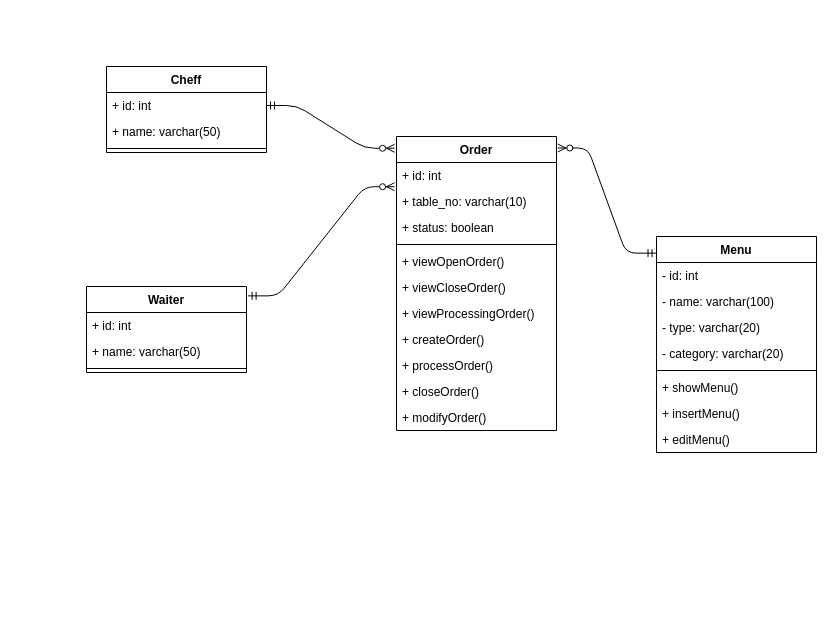
Before: page "Class Diagram" (3 of 3) of Warung Kenyang (WK).drawio in ekopebri/ekopebri.github.io, a draw.io diagram. Source tidied: cells renumbered, new cells numbered last; positions are measured from the earlier drawing's top-left corner, leaving out a move shared by most shapes. Both pictures are drawn from the tidied source at 100%, with x=0, y=0 at pixel (86, 66).
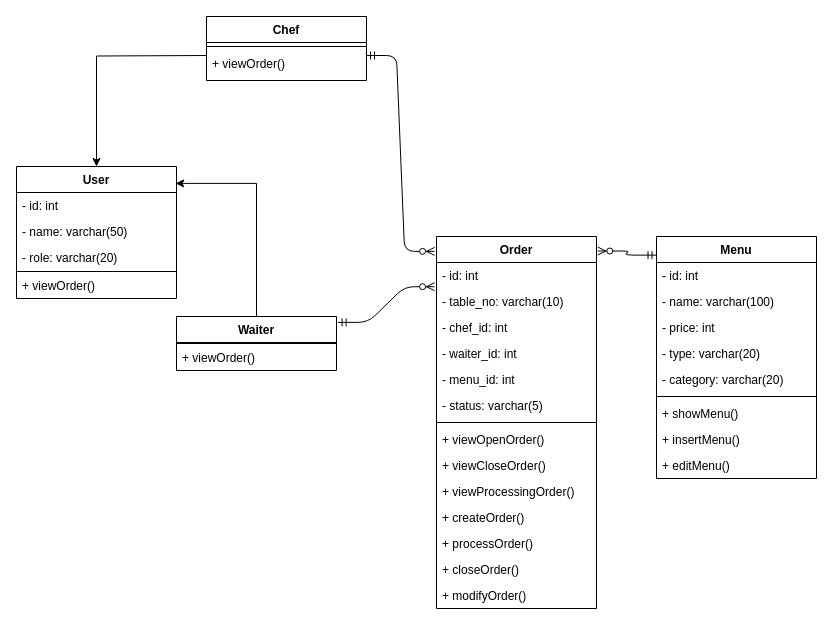
Above is the later version.

The edit, as a diff of the source:
```diff
@@
-    <mxCell id="2" value="Cheff" style="swimlane;fontStyle=1;align=center;verticalAlign=top;horizontal=1;startSize=26;" parent="1" vertex="1">
-      <mxGeometry x="20" width="160" height="86" as="geometry" />
+    <mxCell id="2" value="Chef" style="swimlane;fontStyle=1;align=center;verticalAlign=top;horizontal=1;startSize=26;" parent="1" vertex="1">
+      <mxGeometry x="120" y="-50" width="160" height="64" as="geometry" />
     </mxCell>
-    <mxCell id="3" value="+ id: int" style="text;strokeColor=none;fillColor=none;align=left;verticalAlign=top;spacingLeft=4;spacingRight=4;overflow=hidden;points=[[0,0.5],[1,0.5]];portConstraint=eastwest;" parent="2" vertex="1">
-      <mxGeometry y="26" width="160" height="26" as="geometry" />
-    </mxCell>
-    <mxCell id="4" value="+ name: varchar(50)" style="text;strokeColor=none;fillColor=none;align=left;verticalAlign=top;spacingLeft=4;spacingRight=4;overflow=hidden;" parent="2" vertex="1">
-      <mxGeometry y="52" width="160" height="26" as="geometry" />
-    </mxCell>
     <mxCell id="5" style="line;strokeWidth=1;fillColor=none;align=left;verticalAlign=middle;spacingTop=-1;spacingLeft=3;spacingRight=3;labelPosition=right;" parent="2" vertex="1">
-      <mxGeometry y="78" width="160" height="8" as="geometry" />
+      <mxGeometry y="26" width="160" height="8" as="geometry" />
     </mxCell>
+    <mxCell id="34" value="+ viewOrder()" style="text;strokeColor=none;fillColor=none;align=left;verticalAlign=top;spacingLeft=4;spacingRight=4;overflow=hidden;" parent="2" vertex="1">
+      <mxGeometry y="34" width="160" height="30" as="geometry" />
+    </mxCell>
     <mxCell id="6" value="Order" style="swimlane;fontStyle=1;align=center;verticalAlign=top;horizontal=1;startSize=26;" parent="1" vertex="1">
-      <mxGeometry x="310" y="70" width="160" height="294" as="geometry" />
+      <mxGeometry x="350" y="170" width="160" height="372" as="geometry" />
     </mxCell>
-    <mxCell id="7" value="+ id: int" style="text;strokeColor=none;fillColor=none;align=left;verticalAlign=top;spacingLeft=4;spacingRight=4;overflow=hidden;points=[[0,0.5],[1,0.5]];portConstraint=eastwest;" parent="6" vertex="1">
+    <mxCell id="7" value="- id: int" style="text;strokeColor=none;fillColor=none;align=left;verticalAlign=top;spacingLeft=4;spacingRight=4;overflow=hidden;points=[[0,0.5],[1,0.5]];portConstraint=eastwest;" parent="6" vertex="1">
       <mxGeometry y="26" width="160" height="26" as="geometry" />
     </mxCell>
-    <mxCell id="8" value="+ table_no: varchar(10)" style="text;strokeColor=none;fillColor=none;align=left;verticalAlign=top;spacingLeft=4;spacingRight=4;overflow=hidden;" parent="6" vertex="1">
+    <mxCell id="8" value="- table_no: varchar(10)" style="text;strokeColor=none;fillColor=none;align=left;verticalAlign=top;spacingLeft=4;spacingRight=4;overflow=hidden;" parent="6" vertex="1">
       <mxGeometry y="52" width="160" height="26" as="geometry" />
     </mxCell>
+    <mxCell id="35" value="- chef_id: int" style="text;strokeColor=none;fillColor=none;align=left;verticalAlign=top;spacingLeft=4;spacingRight=4;overflow=hidden;" parent="6" vertex="1">
+      <mxGeometry y="78" width="160" height="26" as="geometry" />
+    </mxCell>
+    <mxCell id="36" value="- waiter_id: int" style="text;strokeColor=none;fillColor=none;align=left;verticalAlign=top;spacingLeft=4;spacingRight=4;overflow=hidden;" parent="6" vertex="1">
+      <mxGeometry y="104" width="160" height="26" as="geometry" />
+    </mxCell>
+    <mxCell id="37" value="- menu_id: int" style="text;strokeColor=none;fillColor=none;align=left;verticalAlign=top;spacingLeft=4;spacingRight=4;overflow=hidden;" parent="6" vertex="1">
+      <mxGeometry y="130" width="160" height="26" as="geometry" />
+    </mxCell>
-    <mxCell id="9" value="+ status: boolean" style="text;strokeColor=none;fillColor=none;align=left;verticalAlign=top;spacingLeft=4;spacingRight=4;overflow=hidden;" parent="6" vertex="1">
-      <mxGeometry y="78" width="160" height="26" as="geometry" />
+    <mxCell id="9" value="- status: varchar(5)" style="text;strokeColor=none;fillColor=none;align=left;verticalAlign=top;spacingLeft=4;spacingRight=4;overflow=hidden;" parent="6" vertex="1">
+      <mxGeometry y="156" width="160" height="26" as="geometry" />
     </mxCell>
     <mxCell id="10" style="line;strokeWidth=1;fillColor=none;align=left;verticalAlign=middle;spacingTop=-1;spacingLeft=3;spacingRight=3;labelPosition=right;" parent="6" vertex="1">
-      <mxGeometry y="104" width="160" height="8" as="geometry" />
+      <mxGeometry y="182" width="160" height="8" as="geometry" />
     </mxCell>
     <mxCell id="11" value="+ viewOpenOrder()" style="text;strokeColor=none;fillColor=none;align=left;verticalAlign=top;spacingLeft=4;spacingRight=4;overflow=hidden;" parent="6" vertex="1">
-      <mxGeometry y="112" width="160" height="26" as="geometry" />
+      <mxGeometry y="190" width="160" height="26" as="geometry" />
     </mxCell>
     <mxCell id="12" value="+ viewCloseOrder()" style="text;strokeColor=none;fillColor=none;align=left;verticalAlign=top;spacingLeft=4;spacingRight=4;overflow=hidden;" parent="6" vertex="1">
-      <mxGeometry y="138" width="160" height="26" as="geometry" />
+      <mxGeometry y="216" width="160" height="26" as="geometry" />
     </mxCell>
     <mxCell id="13" value="+ viewProcessingOrder()" style="text;strokeColor=none;fillColor=none;align=left;verticalAlign=top;spacingLeft=4;spacingRight=4;overflow=hidden;" parent="6" vertex="1">
-      <mxGeometry y="164" width="160" height="26" as="geometry" />
+      <mxGeometry y="242" width="160" height="26" as="geometry" />
     </mxCell>
     <mxCell id="14" value="+ createOrder()" style="text;strokeColor=none;fillColor=none;align=left;verticalAlign=top;spacingLeft=4;spacingRight=4;overflow=hidden;" parent="6" vertex="1">
-      <mxGeometry y="190" width="160" height="26" as="geometry" />
+      <mxGeometry y="268" width="160" height="26" as="geometry" />
     </mxCell>
     <mxCell id="15" value="+ processOrder()" style="text;strokeColor=none;fillColor=none;align=left;verticalAlign=top;spacingLeft=4;spacingRight=4;overflow=hidden;" parent="6" vertex="1">
-      <mxGeometry y="216" width="160" height="26" as="geometry" />
+      <mxGeometry y="294" width="160" height="26" as="geometry" />
     </mxCell>
     <mxCell id="16" value="+ closeOrder()" style="text;strokeColor=none;fillColor=none;align=left;verticalAlign=top;spacingLeft=4;spacingRight=4;overflow=hidden;" parent="6" vertex="1">
-      <mxGeometry y="242" width="160" height="26" as="geometry" />
+      <mxGeometry y="320" width="160" height="26" as="geometry" />
     </mxCell>
     <mxCell id="17" value="+ modifyOrder()" style="text;strokeColor=none;fillColor=none;align=left;verticalAlign=top;spacingLeft=4;spacingRight=4;overflow=hidden;" parent="6" vertex="1">
-      <mxGeometry y="268" width="160" height="26" as="geometry" />
+      <mxGeometry y="346" width="160" height="26" as="geometry" />
     </mxCell>
     <mxCell id="18" value="Menu" style="swimlane;fontStyle=1;align=center;verticalAlign=top;horizontal=1;startSize=26;" parent="1" vertex="1">
-      <mxGeometry x="570" y="170" width="160" height="216" as="geometry" />
+      <mxGeometry x="570" y="170" width="160" height="242" as="geometry" />
     </mxCell>
@@
+    <mxCell id="38" value="- price: int" style="text;strokeColor=none;fillColor=none;align=left;verticalAlign=top;spacingLeft=4;spacingRight=4;overflow=hidden;" parent="18" vertex="1">
+      <mxGeometry y="78" width="160" height="26" as="geometry" />
+    </mxCell>
     <mxCell id="21" value="- type: varchar(20)&#10;" style="text;strokeColor=none;fillColor=none;align=left;verticalAlign=top;spacingLeft=4;spacingRight=4;overflow=hidden;" parent="18" vertex="1">
-      <mxGeometry y="78" width="160" height="26" as="geometry" />
+      <mxGeometry y="104" width="160" height="26" as="geometry" />
     </mxCell>
     <mxCell id="22" value="- category: varchar(20)" style="text;strokeColor=none;fillColor=none;align=left;verticalAlign=top;spacingLeft=4;spacingRight=4;overflow=hidden;" parent="18" vertex="1">
-      <mxGeometry y="104" width="160" height="26" as="geometry" />
+      <mxGeometry y="130" width="160" height="26" as="geometry" />
     </mxCell>
     <mxCell id="23" style="line;strokeWidth=1;fillColor=none;align=left;verticalAlign=middle;spacingTop=-1;spacingLeft=3;spacingRight=3;labelPosition=right;" parent="18" vertex="1">
-      <mxGeometry y="130" width="160" height="8" as="geometry" />
+      <mxGeometry y="156" width="160" height="8" as="geometry" />
     </mxCell>
     <mxCell id="24" value="+ showMenu()&#10;" style="text;strokeColor=none;fillColor=none;align=left;verticalAlign=top;spacingLeft=4;spacingRight=4;overflow=hidden;" parent="18" vertex="1">
-      <mxGeometry y="138" width="160" height="26" as="geometry" />
+      <mxGeometry y="164" width="160" height="26" as="geometry" />
     </mxCell>
     <mxCell id="25" value="+ insertMenu()" style="text;strokeColor=none;fillColor=none;align=left;verticalAlign=top;spacingLeft=4;spacingRight=4;overflow=hidden;" parent="18" vertex="1">
-      <mxGeometry y="164" width="160" height="26" as="geometry" />
+      <mxGeometry y="190" width="160" height="26" as="geometry" />
     </mxCell>
     <mxCell id="26" value="+ editMenu()" style="text;strokeColor=none;fillColor=none;align=left;verticalAlign=top;spacingLeft=4;spacingRight=4;overflow=hidden;" parent="18" vertex="1">
-      <mxGeometry y="190" width="160" height="26" as="geometry" />
+      <mxGeometry y="216" width="160" height="26" as="geometry" />
     </mxCell>
+    <mxCell id="39" style="edgeStyle=orthogonalEdgeStyle;rounded=0;jettySize=auto;html=1;entryX=0.995;entryY=0.128;entryDx=0;entryDy=0;entryPerimeter=0;" parent="1" edge="1" source="27" target="41">
+      <mxGeometry relative="1" as="geometry" />
+    </mxCell>
     <mxCell id="27" value="Waiter" style="swimlane;fontStyle=1;align=center;verticalAlign=top;horizontal=1;startSize=26;" parent="1" vertex="1">
-      <mxGeometry y="220" width="160" height="86" as="geometry" />
+      <mxGeometry x="90" y="250" width="160" height="54" as="geometry" />
     </mxCell>
-    <mxCell id="28" value="+ id: int" style="text;strokeColor=none;fillColor=none;align=left;verticalAlign=top;spacingLeft=4;spacingRight=4;overflow=hidden;" parent="27" vertex="1">
-      <mxGeometry y="26" width="160" height="26" as="geometry" />
-    </mxCell>
-    <mxCell id="29" value="+ name: varchar(50)" style="text;strokeColor=none;fillColor=none;align=left;verticalAlign=top;spacingLeft=4;spacingRight=4;overflow=hidden;" parent="27" vertex="1">
-      <mxGeometry y="52" width="160" height="26" as="geometry" />
-    </mxCell>
     <mxCell id="30" style="line;strokeWidth=1;fillColor=none;align=left;verticalAlign=middle;spacingTop=-1;spacingLeft=3;spacingRight=3;labelPosition=right;" parent="27" vertex="1">
-      <mxGeometry y="78" width="160" height="8" as="geometry" />
+      <mxGeometry y="26" width="160" height="2" as="geometry" />
     </mxCell>
+    <mxCell id="40" value="+ viewOrder()" style="text;strokeColor=none;fillColor=none;align=left;verticalAlign=top;spacingLeft=4;spacingRight=4;overflow=hidden;" parent="27" vertex="1">
+      <mxGeometry y="28" width="160" height="26" as="geometry" />
+    </mxCell>
-    <mxCell id="31" style="edgeStyle=entityRelationEdgeStyle;fontSize=12;html=1;endArrow=ERzeroToMany;startArrow=ERmandOne;exitX=1;exitY=0.5;exitDx=0;exitDy=0;entryX=-0.012;entryY=0.04;entryDx=0;entryDy=0;entryPerimeter=0;" parent="1" edge="1" source="3" target="6">
-      <mxGeometry relative="1" as="geometry" />
+    <mxCell id="31" style="edgeStyle=entityRelationEdgeStyle;fontSize=12;html=1;endArrow=ERzeroToMany;startArrow=ERmandOne;exitX=1;exitY=0.5;exitDx=0;exitDy=0;entryX=-0.012;entryY=0.04;entryDx=0;entryDy=0;entryPerimeter=0;" parent="1" edge="1" target="6">
+      <mxGeometry relative="1" as="geometry">
+        <mxPoint x="280" y="-11" as="sourcePoint" />
+      </mxGeometry>
     </mxCell>
@@
+    <mxCell id="41" value="User" style="swimlane;fontStyle=1;align=center;verticalAlign=top;horizontal=1;startSize=26;" parent="1" vertex="1">
+      <mxGeometry x="-70" y="100" width="160" height="132" as="geometry" />
+    </mxCell>
+    <mxCell id="42" value="- id: int" style="text;strokeColor=none;fillColor=none;align=left;verticalAlign=top;spacingLeft=4;spacingRight=4;overflow=hidden;" parent="41" vertex="1">
+      <mxGeometry y="26" width="160" height="26" as="geometry" />
+    </mxCell>
+    <mxCell id="43" value="- name: varchar(50)" style="text;strokeColor=none;fillColor=none;align=left;verticalAlign=top;spacingLeft=4;spacingRight=4;overflow=hidden;" parent="41" vertex="1">
+      <mxGeometry y="52" width="160" height="26" as="geometry" />
+    </mxCell>
+    <mxCell id="44" value="- role: varchar(20)" style="text;strokeColor=none;fillColor=none;align=left;verticalAlign=top;spacingLeft=4;spacingRight=4;overflow=hidden;" parent="41" vertex="1">
+      <mxGeometry y="78" width="160" height="26" as="geometry" />
+    </mxCell>
+    <mxCell id="45" style="line;strokeWidth=1;fillColor=none;align=left;verticalAlign=middle;spacingTop=-1;spacingLeft=3;spacingRight=3;labelPosition=right;" parent="41" vertex="1">
+      <mxGeometry y="104" width="160" height="2" as="geometry" />
+    </mxCell>
+    <mxCell id="46" value="+ viewOrder()" style="text;strokeColor=none;fillColor=none;align=left;verticalAlign=top;spacingLeft=4;spacingRight=4;overflow=hidden;" parent="41" vertex="1">
+      <mxGeometry y="106" width="160" height="26" as="geometry" />
+    </mxCell>
+    <mxCell id="47" style="edgeStyle=orthogonalEdgeStyle;rounded=0;jettySize=auto;html=1;" parent="1" edge="1" target="41">
+      <mxGeometry relative="1" as="geometry">
+        <mxPoint x="120" y="-11" as="sourcePoint" />
+      </mxGeometry>
+    </mxCell>
```
